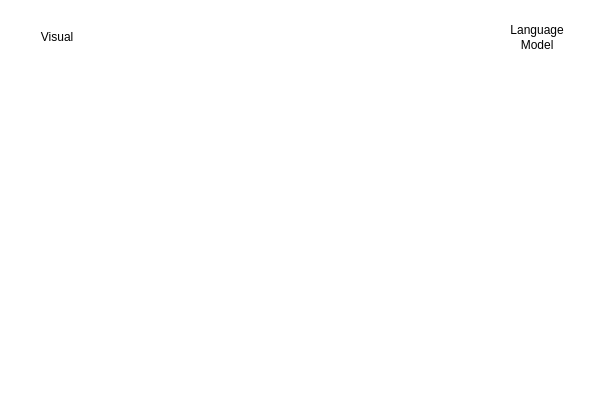
The draw.io diagram qwen3_arch.drawio in infinity1096/CV-network-fulltrace, before the edit. Source tidied: cells renumbered, new cells numbered last; positions are measured from the earlier drawing's top-left corner, leaving out a move shared by most shapes. Both pictures are drawn from the tidied source at 100%, with x=0, y=0 at pixel (17, 17).
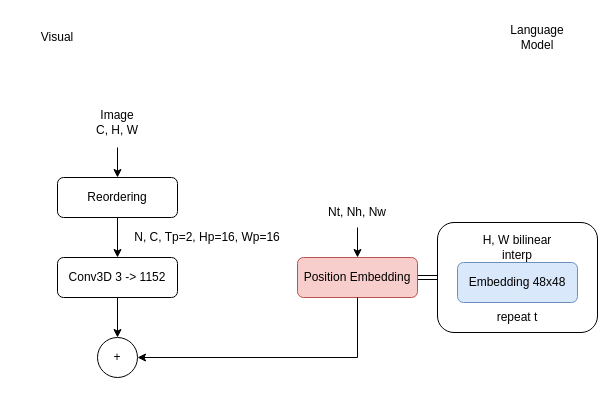
Above is the later version.

Diff of the diagram source:
```diff
@@
+    <mxCell id="4" value="Image&lt;div&gt;C, H, W&lt;/div&gt;" style="text;html=1;whiteSpace=wrap;strokeColor=none;fillColor=none;align=center;verticalAlign=middle;rounded=0;" parent="1" vertex="1">
+      <mxGeometry x="70" y="90" width="60" height="30" as="geometry" />
+    </mxCell>
+    <mxCell id="5" style="endArrow=classic;html=1;rounded=0;" parent="1" edge="1">
+      <mxGeometry relative="1" as="geometry">
+        <mxPoint x="100" y="130" as="sourcePoint" />
+        <mxPoint x="100" y="160" as="targetPoint" />
+      </mxGeometry>
+    </mxCell>
+    <mxCell id="6" value="Reordering" style="rounded=1;whiteSpace=wrap;html=1;" parent="1" vertex="1">
+      <mxGeometry x="40" y="160" width="120" height="40" as="geometry" />
+    </mxCell>
+    <mxCell id="7" value="Conv3D 3 -&amp;gt; 1152" style="rounded=1;whiteSpace=wrap;html=1;" parent="1" vertex="1">
+      <mxGeometry x="40" y="240" width="120" height="40" as="geometry" />
+    </mxCell>
+    <mxCell id="8" style="endArrow=classic;html=1;rounded=0;exitX=0.5;exitY=1;exitDx=0;exitDy=0;entryX=0.5;entryY=0;entryDx=0;entryDy=0;" parent="1" edge="1" source="6" target="7">
+      <mxGeometry relative="1" as="geometry" />
+    </mxCell>
+    <mxCell id="9" value="N, C, Tp=2, Hp=16, Wp=16" style="text;html=1;whiteSpace=wrap;strokeColor=none;fillColor=none;align=center;verticalAlign=middle;rounded=0;" parent="1" vertex="1">
+      <mxGeometry x="100" y="200" width="180" height="40" as="geometry" />
+    </mxCell>
+    <mxCell id="10" style="edgeStyle=orthogonalEdgeStyle;rounded=0;jettySize=auto;html=1;shape=link;" parent="1" edge="1" source="11" target="17">
+      <mxGeometry relative="1" as="geometry" />
+    </mxCell>
+    <mxCell id="11" value="Position Embedding" style="rounded=1;whiteSpace=wrap;html=1;fillColor=#f8cecc;strokeColor=#b85450;" parent="1" vertex="1">
+      <mxGeometry x="280" y="240" width="120" height="40" as="geometry" />
+    </mxCell>
+    <mxCell id="12" value="+" style="ellipse;whiteSpace=wrap;html=1;" parent="1" vertex="1">
+      <mxGeometry x="80" y="320" width="40" height="40" as="geometry" />
+    </mxCell>
+    <mxCell id="13" style="endArrow=classic;html=1;rounded=0;exitX=0.5;exitY=1;exitDx=0;exitDy=0;entryX=0.5;entryY=0;entryDx=0;entryDy=0;" parent="1" edge="1" source="7" target="12">
+      <mxGeometry relative="1" as="geometry" />
+    </mxCell>
+    <mxCell id="14" style="endArrow=classic;html=1;rounded=0;entryX=1;entryY=0.5;entryDx=0;entryDy=0;exitX=0.5;exitY=1;exitDx=0;exitDy=0;" parent="1" edge="1" source="11" target="12">
+      <mxGeometry relative="1" as="geometry">
+        <Array as="points">
+          <mxPoint x="340" y="340" />
+        </Array>
+      </mxGeometry>
+    </mxCell>
+    <mxCell id="15" style="endArrow=classic;html=1;rounded=0;" parent="1" edge="1" target="11">
+      <mxGeometry relative="1" as="geometry">
+        <mxPoint x="340" y="210" as="sourcePoint" />
+      </mxGeometry>
+    </mxCell>
+    <mxCell id="16" value="Nt, Nh, Nw" style="text;html=1;whiteSpace=wrap;strokeColor=none;fillColor=none;align=center;verticalAlign=middle;rounded=0;" parent="1" vertex="1">
+      <mxGeometry x="310" y="180" width="60" height="30" as="geometry" />
+    </mxCell>
+    <mxCell id="17" style="rounded=1;whiteSpace=wrap;html=1;" parent="1" vertex="1">
+      <mxGeometry x="420" y="205" width="160" height="110" as="geometry" />
+    </mxCell>
+    <mxCell id="18" value="Embedding 48x48" style="rounded=1;whiteSpace=wrap;html=1;fillColor=#dae8fc;strokeColor=#6c8ebf;" parent="1" vertex="1">
+      <mxGeometry x="440" y="245" width="120" height="40" as="geometry" />
+    </mxCell>
+    <mxCell id="19" value="H, W bilinear interp" style="text;html=1;whiteSpace=wrap;strokeColor=none;fillColor=none;align=center;verticalAlign=middle;rounded=0;" parent="1" vertex="1">
+      <mxGeometry x="460" y="215" width="80" height="30" as="geometry" />
+    </mxCell>
+    <mxCell id="20" value="repeat t" style="text;html=1;whiteSpace=wrap;strokeColor=none;fillColor=none;align=center;verticalAlign=middle;rounded=0;" parent="1" vertex="1">
+      <mxGeometry x="470" y="285" width="60" height="30" as="geometry" />
+    </mxCell>
```
